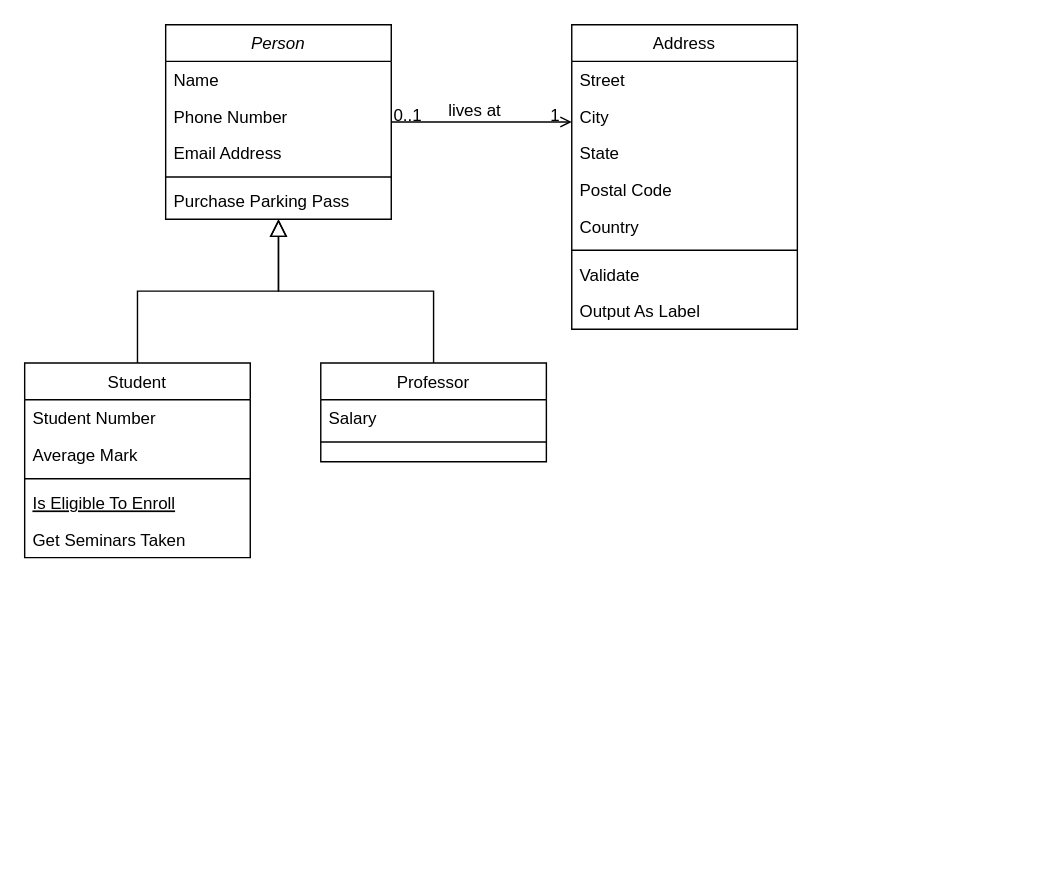
IanLucasOb/piratas-do-terminal keeps this draw.io diagram as DiagramaDeClasses.drawio. Above is the earlier version. Source tidied: cells renumbered, new cells numbered last; positions are measured from the earlier drawing's top-left corner, leaving out a move shared by most shapes. Both pictures are drawn from the tidied source at 141%, with x=0, y=0 at pixel (24, 24).
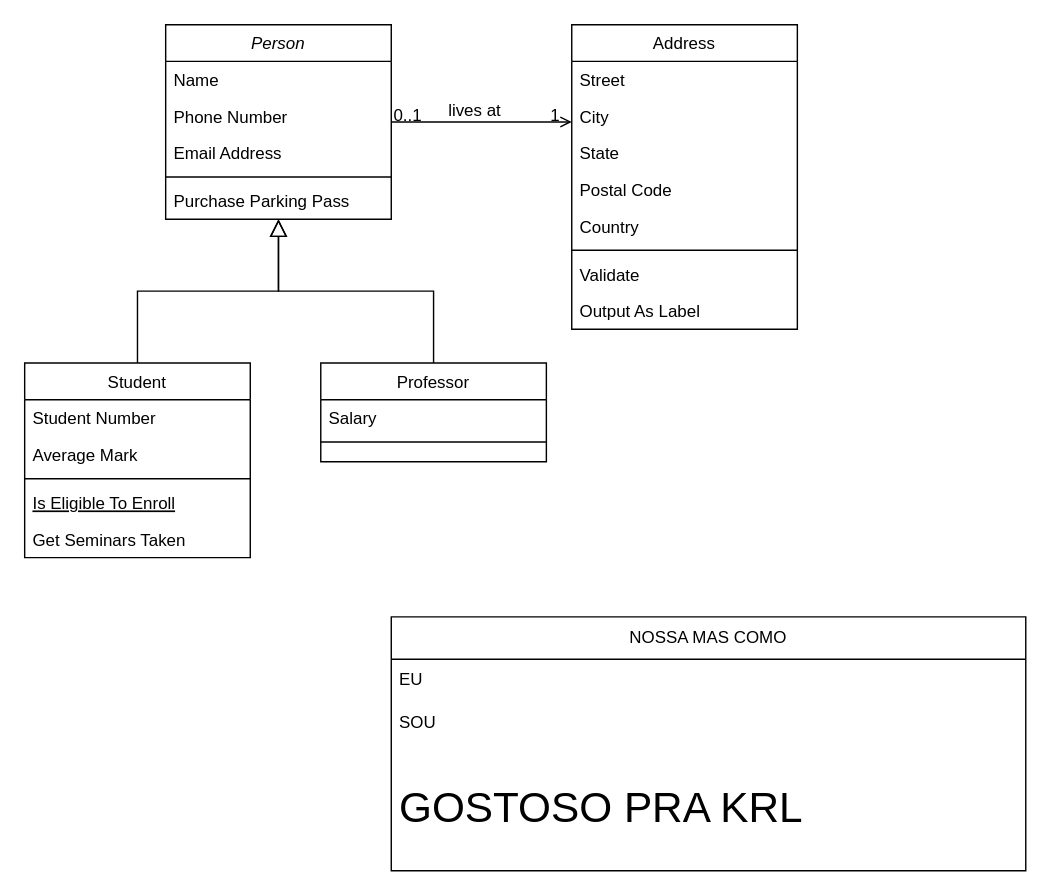
Above is the later version.

Commit message:
alteração diagrama drawio

Diff of the diagram source:
```diff
@@
+    <mxCell id="32" value="NOSSA MAS COMO" style="swimlane;fontStyle=0;horizontal=1;startSize=30;whiteSpace=wrap;html=1;" parent="1" vertex="1">
+      <mxGeometry x="260" y="420" width="450" height="180" as="geometry" />
+    </mxCell>
+    <mxCell id="33" value="EU " style="text;strokeColor=none;fillColor=none;align=left;verticalAlign=middle;spacingLeft=4;spacingRight=4;overflow=hidden;whiteSpace=wrap;html=1;" parent="32" vertex="1">
+      <mxGeometry y="30" width="450" height="30" as="geometry" />
+    </mxCell>
+    <mxCell id="34" value="SOU " style="text;strokeColor=none;fillColor=none;align=left;verticalAlign=middle;spacingLeft=4;spacingRight=4;overflow=hidden;whiteSpace=wrap;html=1;" parent="32" vertex="1">
+      <mxGeometry y="60" width="450" height="30" as="geometry" />
+    </mxCell>
+    <mxCell id="35" value="&lt;font style=&quot;font-size: 30px;&quot;&gt;GOSTOSO PRA KRL&lt;/font&gt;" style="text;strokeColor=none;fillColor=none;align=left;verticalAlign=middle;spacingLeft=4;spacingRight=4;overflow=hidden;whiteSpace=wrap;html=1;" parent="32" vertex="1">
+      <mxGeometry y="90" width="450" height="90" as="geometry" />
+    </mxCell>
```
